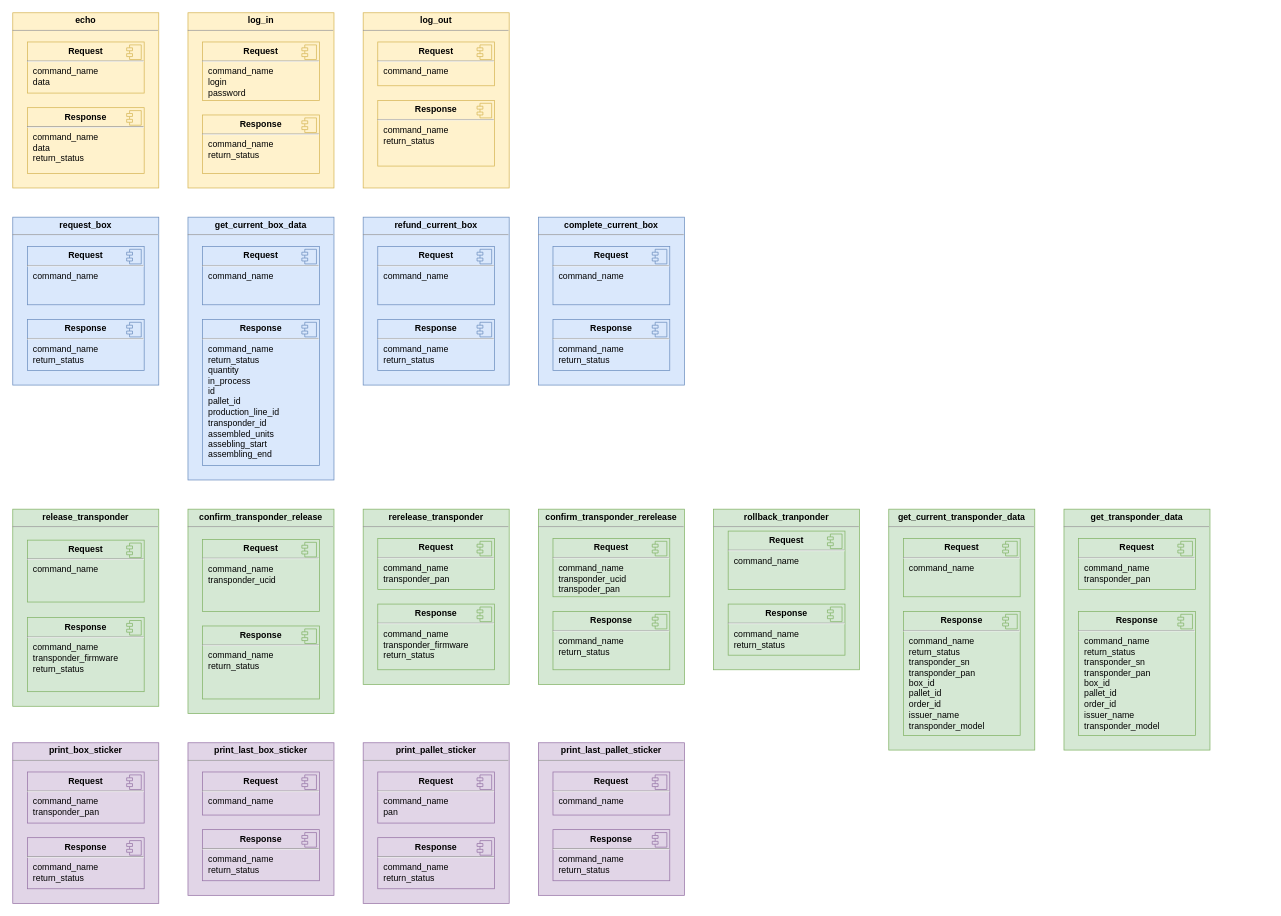
Earlier version of the draw.io diagram Doc/Protocol.drawio (SultanLenvu/PersoServer). Source tidied: cells renumbered, new cells numbered last; positions are measured from the earlier drawing's top-left corner, leaving out a move shared by most shapes. Both pictures are drawn from the tidied source at 73%, with x=0, y=0 at pixel (12, 12).
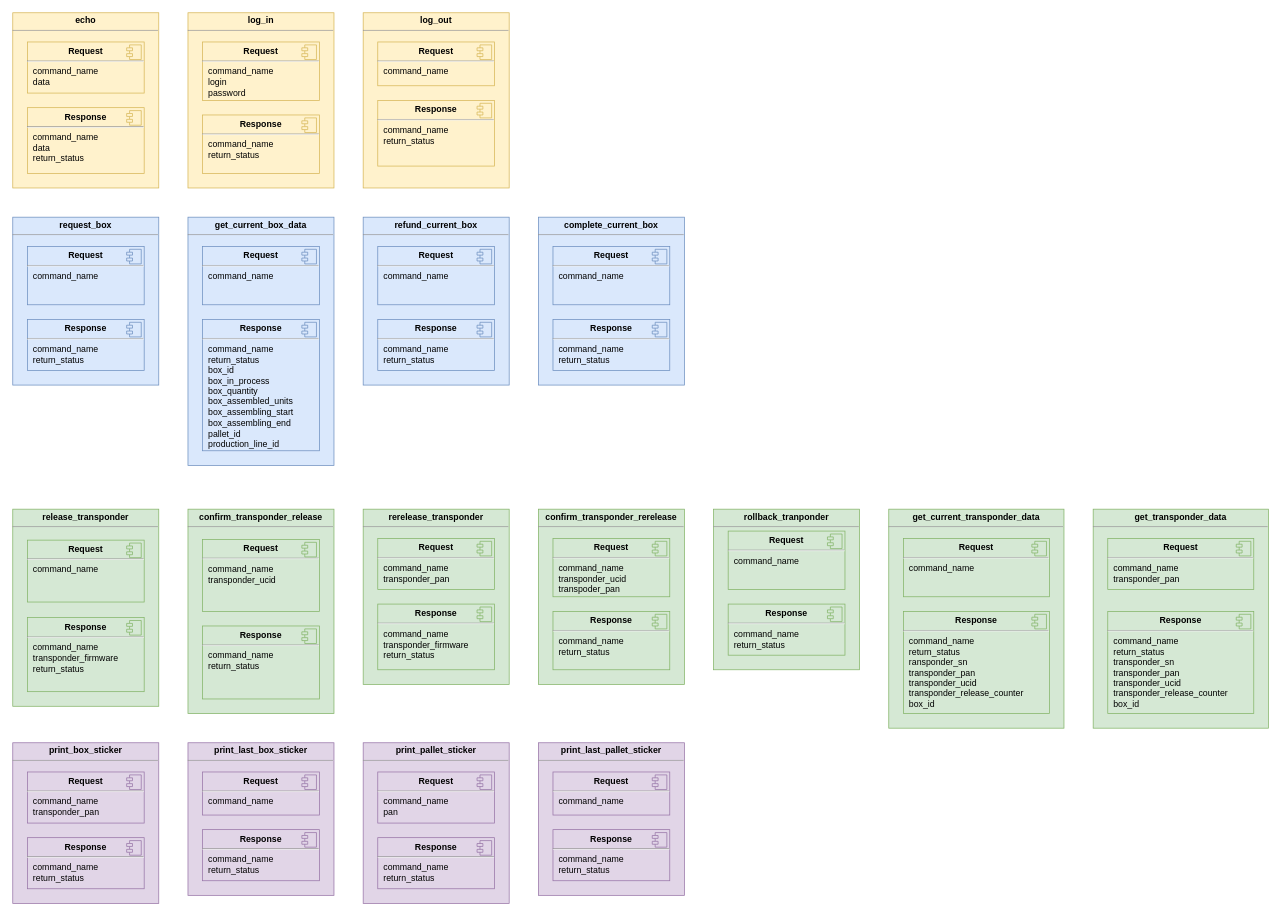
The same diagram, later.

The edit, as a diff of the source:
```diff
@@
     <mxCell id="52" value="&lt;p style=&quot;text-align: center ; margin: 4px 0px 0px&quot;&gt;&lt;b&gt;get_current_box_data&lt;/b&gt;&lt;/p&gt;&lt;hr size=&quot;1&quot;&gt;&lt;div style=&quot;height: 2px&quot;&gt;&lt;/div&gt;" style="verticalAlign=top;align=left;overflow=fill;fontSize=12;fontFamily=Helvetica;html=1;strokeColor=#6c8ebf;fillColor=#dae8fc;" parent="1" vertex="1">
-      <mxGeometry x="240" y="280" width="200" height="360" as="geometry" />
+      <mxGeometry x="240" y="280" width="200" height="340" as="geometry" />
     </mxCell>
@@
-    <mxCell id="55" value="&lt;p style=&quot;margin: 0px ; margin-top: 6px ; text-align: center&quot;&gt;&lt;span style=&quot;text-align: left&quot;&gt;&lt;b&gt;Response&lt;/b&gt;&lt;/span&gt;&lt;br&gt;&lt;/p&gt;&lt;hr&gt;&lt;p style=&quot;margin: 0px 0px 0px 8px&quot;&gt;command_name&lt;br&gt;&lt;/p&gt;&lt;p style=&quot;margin: 0px ; margin-left: 8px&quot;&gt;&lt;span&gt;return_status&lt;/span&gt;&lt;br&gt;&lt;/p&gt;&lt;p style=&quot;margin: 0px 0px 0px 8px&quot;&gt;quantity&lt;/p&gt;&lt;p style=&quot;margin: 0px 0px 0px 8px&quot;&gt;in_process&lt;/p&gt;&lt;p style=&quot;margin: 0px 0px 0px 8px&quot;&gt;id&lt;/p&gt;&lt;p style=&quot;margin: 0px 0px 0px 8px&quot;&gt;pallet_id&lt;/p&gt;&lt;p style=&quot;margin: 0px 0px 0px 8px&quot;&gt;&lt;span&gt;production_line_id&lt;/span&gt;&lt;br&gt;&lt;/p&gt;&lt;p style=&quot;margin: 0px 0px 0px 8px&quot;&gt;&lt;span&gt;transponder_id&lt;/span&gt;&lt;/p&gt;&lt;p style=&quot;margin: 0px 0px 0px 8px&quot;&gt;assembled_units&lt;/p&gt;&lt;p style=&quot;margin: 0px 0px 0px 8px&quot;&gt;assebling_start&lt;/p&gt;&lt;p style=&quot;margin: 0px 0px 0px 8px&quot;&gt;assembling_end&lt;/p&gt;&lt;p style=&quot;margin: 0px ; margin-left: 8px&quot;&gt;&lt;br&gt;&lt;/p&gt;&lt;p style=&quot;margin: 0px ; margin-left: 8px&quot;&gt;&lt;br&gt;&lt;/p&gt;&lt;p style=&quot;margin: 0px ; margin-left: 8px&quot;&gt;&lt;br&gt;&lt;/p&gt;" style="align=left;overflow=fill;html=1;fillColor=#dae8fc;strokeColor=#6c8ebf;" parent="1" vertex="1">
-      <mxGeometry x="260" y="420" width="160" height="200" as="geometry" />
+    <mxCell id="55" value="&lt;p style=&quot;margin: 0px ; margin-top: 6px ; text-align: center&quot;&gt;&lt;span style=&quot;text-align: left&quot;&gt;&lt;b&gt;Response&lt;/b&gt;&lt;/span&gt;&lt;br&gt;&lt;/p&gt;&lt;hr&gt;&lt;p style=&quot;margin: 0px 0px 0px 8px&quot;&gt;command_name&lt;br&gt;&lt;/p&gt;&lt;p style=&quot;margin: 0px ; margin-left: 8px&quot;&gt;&lt;span&gt;return_status&lt;/span&gt;&lt;br&gt;&lt;/p&gt;&lt;p style=&quot;margin: 0px 0px 0px 8px&quot;&gt;box_id&lt;br&gt;&lt;/p&gt;&lt;p style=&quot;margin: 0px ; margin-left: 8px&quot;&gt;box_in_process&lt;br&gt;&lt;/p&gt;&lt;p style=&quot;margin: 0px ; margin-left: 8px&quot;&gt;box_quantity&lt;br&gt;&lt;/p&gt;&lt;p style=&quot;margin: 0px ; margin-left: 8px&quot;&gt;box_assembled_units&lt;br&gt;&lt;/p&gt;&lt;p style=&quot;margin: 0px ; margin-left: 8px&quot;&gt;box_assembling_start&lt;br&gt;&lt;/p&gt;&lt;p style=&quot;margin: 0px ; margin-left: 8px&quot;&gt;box_assembling_end&lt;br&gt;&lt;/p&gt;&lt;p style=&quot;margin: 0px ; margin-left: 8px&quot;&gt;pallet_id&lt;br&gt;&lt;/p&gt;&lt;p style=&quot;margin: 0px ; margin-left: 8px&quot;&gt;production_line_id&lt;br&gt;&lt;/p&gt;" style="align=left;overflow=fill;html=1;fillColor=#dae8fc;strokeColor=#6c8ebf;" parent="1" vertex="1">
+      <mxGeometry x="260" y="420" width="160" height="180" as="geometry" />
     </mxCell>
@@
     <mxCell id="72" value="&lt;p style=&quot;text-align: center ; margin: 4px 0px 0px&quot;&gt;&lt;b&gt;get_current_transponder_data&lt;/b&gt;&lt;/p&gt;&lt;hr size=&quot;1&quot;&gt;&lt;div style=&quot;height: 2px&quot;&gt;&lt;/div&gt;" style="verticalAlign=top;align=left;overflow=fill;fontSize=12;fontFamily=Helvetica;html=1;strokeColor=#82b366;fillColor=#d5e8d4;" parent="1" vertex="1">
-      <mxGeometry x="1200" y="680" width="200" height="330" as="geometry" />
+      <mxGeometry x="1200" y="680" width="240" height="300" as="geometry" />
     </mxCell>
     <mxCell id="73" value="&lt;p style=&quot;margin: 0px ; margin-top: 6px ; text-align: center&quot;&gt;&lt;span style=&quot;text-align: left&quot;&gt;&lt;b&gt;Request&lt;/b&gt;&lt;/span&gt;&lt;br&gt;&lt;/p&gt;&lt;hr&gt;&lt;p style=&quot;margin: 0px ; margin-left: 8px&quot;&gt;command_name&lt;/p&gt;&lt;p style=&quot;margin: 0px ; margin-left: 8px&quot;&gt;&lt;br&gt;&lt;/p&gt;" style="align=left;overflow=fill;html=1;fillColor=#d5e8d4;strokeColor=#82b366;" parent="1" vertex="1">
-      <mxGeometry x="1220" y="720" width="160" height="80" as="geometry" />
+      <mxGeometry x="1220" y="720" width="200" height="80" as="geometry" />
     </mxCell>
@@
-    <mxCell id="75" value="&lt;p style=&quot;margin: 0px ; margin-top: 6px ; text-align: center&quot;&gt;&lt;span style=&quot;text-align: left&quot;&gt;&lt;b&gt;Response&lt;/b&gt;&lt;/span&gt;&lt;br&gt;&lt;/p&gt;&lt;hr&gt;&lt;p style=&quot;margin: 0px 0px 0px 8px&quot;&gt;command_name&lt;br&gt;&lt;/p&gt;&lt;p style=&quot;margin: 0px 0px 0px 8px&quot;&gt;&lt;span&gt;return_status&lt;/span&gt;&lt;br&gt;&lt;/p&gt;&lt;p style=&quot;margin: 0px 0px 0px 8px&quot;&gt;transponder_sn&lt;/p&gt;&lt;p style=&quot;margin: 0px 0px 0px 8px&quot;&gt;transponder_pan&lt;/p&gt;&lt;p style=&quot;margin: 0px 0px 0px 8px&quot;&gt;box_id&lt;/p&gt;&lt;p style=&quot;margin: 0px 0px 0px 8px&quot;&gt;pallet_id&lt;/p&gt;&lt;p style=&quot;margin: 0px 0px 0px 8px&quot;&gt;order_id&lt;/p&gt;&lt;p style=&quot;margin: 0px 0px 0px 8px&quot;&gt;issuer_name&lt;/p&gt;&lt;p style=&quot;margin: 0px 0px 0px 8px&quot;&gt;transponder_model&lt;/p&gt;&lt;p style=&quot;margin: 0px ; margin-left: 8px&quot;&gt;&lt;br&gt;&lt;/p&gt;&lt;p style=&quot;margin: 0px ; margin-left: 8px&quot;&gt;&lt;br&gt;&lt;/p&gt;&lt;p style=&quot;margin: 0px ; margin-left: 8px&quot;&gt;&lt;br&gt;&lt;/p&gt;" style="align=left;overflow=fill;html=1;fillColor=#d5e8d4;strokeColor=#82b366;" parent="1" vertex="1">
-      <mxGeometry x="1220" y="820" width="160" height="170" as="geometry" />
+    <mxCell id="75" value="&lt;p style=&quot;margin: 0px ; margin-top: 6px ; text-align: center&quot;&gt;&lt;span style=&quot;text-align: left&quot;&gt;&lt;b&gt;Response&lt;/b&gt;&lt;/span&gt;&lt;br&gt;&lt;/p&gt;&lt;hr&gt;&lt;p style=&quot;margin: 0px 0px 0px 8px&quot;&gt;command_name&lt;br&gt;&lt;/p&gt;&lt;p style=&quot;margin: 0px 0px 0px 8px&quot;&gt;&lt;span&gt;return_status&lt;/span&gt;&lt;br&gt;&lt;/p&gt;&lt;p style=&quot;margin: 0px 0px 0px 8px&quot;&gt;ransponder_sn&lt;/p&gt;&lt;p style=&quot;margin: 0px 0px 0px 8px&quot;&gt;transponder_pan&lt;/p&gt;&lt;p style=&quot;margin: 0px 0px 0px 8px&quot;&gt;transponder_ucid&lt;br&gt;&lt;/p&gt;&lt;p style=&quot;margin: 0px 0px 0px 8px&quot;&gt;transponder_release_counter&lt;/p&gt;&lt;p style=&quot;margin: 0px 0px 0px 8px&quot;&gt;box_id&lt;/p&gt;&lt;p style=&quot;margin: 0px ; margin-left: 8px&quot;&gt;&lt;br&gt;&lt;/p&gt;&lt;p style=&quot;margin: 0px ; margin-left: 8px&quot;&gt;&lt;br&gt;&lt;/p&gt;&lt;p style=&quot;margin: 0px ; margin-left: 8px&quot;&gt;&lt;br&gt;&lt;/p&gt;" style="align=left;overflow=fill;html=1;fillColor=#d5e8d4;strokeColor=#82b366;" parent="1" vertex="1">
+      <mxGeometry x="1220" y="820" width="200" height="140" as="geometry" />
     </mxCell>
@@
     <mxCell id="77" value="&lt;p style=&quot;text-align: center ; margin: 4px 0px 0px&quot;&gt;&lt;b&gt;get_transponder_data&lt;/b&gt;&lt;/p&gt;&lt;hr size=&quot;1&quot;&gt;&lt;div style=&quot;height: 2px&quot;&gt;&lt;/div&gt;" style="verticalAlign=top;align=left;overflow=fill;fontSize=12;fontFamily=Helvetica;html=1;strokeColor=#82b366;fillColor=#d5e8d4;" parent="1" vertex="1">
-      <mxGeometry x="1440" y="680" width="200" height="330" as="geometry" />
+      <mxGeometry x="1480" y="680" width="240" height="300" as="geometry" />
     </mxCell>
     <mxCell id="78" value="&lt;p style=&quot;margin: 0px ; margin-top: 6px ; text-align: center&quot;&gt;&lt;span style=&quot;text-align: left&quot;&gt;&lt;b&gt;Request&lt;/b&gt;&lt;/span&gt;&lt;br&gt;&lt;/p&gt;&lt;hr&gt;&lt;p style=&quot;margin: 0px ; margin-left: 8px&quot;&gt;command_name&lt;/p&gt;&lt;p style=&quot;margin: 0px ; margin-left: 8px&quot;&gt;transponder_pan&lt;/p&gt;&lt;p style=&quot;margin: 0px ; margin-left: 8px&quot;&gt;&lt;br&gt;&lt;/p&gt;" style="align=left;overflow=fill;html=1;fillColor=#d5e8d4;strokeColor=#82b366;" parent="1" vertex="1">
-      <mxGeometry x="1460" y="720" width="160" height="70" as="geometry" />
+      <mxGeometry x="1500" y="720" width="200" height="70" as="geometry" />
     </mxCell>
@@
-    <mxCell id="80" value="&lt;p style=&quot;margin: 0px ; margin-top: 6px ; text-align: center&quot;&gt;&lt;span style=&quot;text-align: left&quot;&gt;&lt;b&gt;Response&lt;/b&gt;&lt;/span&gt;&lt;br&gt;&lt;/p&gt;&lt;hr&gt;&lt;p style=&quot;margin: 0px 0px 0px 8px&quot;&gt;command_name&lt;br&gt;&lt;/p&gt;&lt;p style=&quot;margin: 0px 0px 0px 8px&quot;&gt;&lt;span&gt;return_status&lt;/span&gt;&lt;br&gt;&lt;/p&gt;&lt;p style=&quot;margin: 0px 0px 0px 8px&quot;&gt;transponder_sn&lt;/p&gt;&lt;p style=&quot;margin: 0px 0px 0px 8px&quot;&gt;transponder_pan&lt;/p&gt;&lt;p style=&quot;margin: 0px 0px 0px 8px&quot;&gt;box_id&lt;/p&gt;&lt;p style=&quot;margin: 0px 0px 0px 8px&quot;&gt;pallet_id&lt;/p&gt;&lt;p style=&quot;margin: 0px 0px 0px 8px&quot;&gt;order_id&lt;/p&gt;&lt;p style=&quot;margin: 0px 0px 0px 8px&quot;&gt;issuer_name&lt;/p&gt;&lt;p style=&quot;margin: 0px 0px 0px 8px&quot;&gt;transponder_model&lt;/p&gt;&lt;p style=&quot;margin: 0px ; margin-left: 8px&quot;&gt;&lt;br&gt;&lt;/p&gt;&lt;p style=&quot;margin: 0px ; margin-left: 8px&quot;&gt;&lt;br&gt;&lt;/p&gt;&lt;p style=&quot;margin: 0px ; margin-left: 8px&quot;&gt;&lt;br&gt;&lt;/p&gt;" style="align=left;overflow=fill;html=1;fillColor=#d5e8d4;strokeColor=#82b366;" parent="1" vertex="1">
-      <mxGeometry x="1460" y="820" width="160" height="170" as="geometry" />
+    <mxCell id="80" value="&lt;p style=&quot;margin: 0px ; margin-top: 6px ; text-align: center&quot;&gt;&lt;span style=&quot;text-align: left&quot;&gt;&lt;b&gt;Response&lt;/b&gt;&lt;/span&gt;&lt;br&gt;&lt;/p&gt;&lt;hr&gt;&lt;p style=&quot;margin: 0px 0px 0px 8px&quot;&gt;command_name&lt;br&gt;&lt;/p&gt;&lt;p style=&quot;margin: 0px 0px 0px 8px&quot;&gt;&lt;span&gt;return_status&lt;/span&gt;&lt;br&gt;&lt;/p&gt;&lt;p style=&quot;margin: 0px 0px 0px 8px&quot;&gt;transponder_sn&lt;/p&gt;&lt;p style=&quot;margin: 0px 0px 0px 8px&quot;&gt;transponder_pan&lt;/p&gt;&lt;p style=&quot;margin: 0px 0px 0px 8px&quot;&gt;transponder_ucid&lt;br&gt;&lt;/p&gt;&lt;p style=&quot;margin: 0px 0px 0px 8px&quot;&gt;transponder_release_counter&lt;/p&gt;&lt;p style=&quot;margin: 0px 0px 0px 8px&quot;&gt;box_id&lt;/p&gt;&lt;p style=&quot;margin: 0px 0px 0px 8px&quot;&gt;&lt;br&gt;&lt;/p&gt;&lt;p style=&quot;margin: 0px ; margin-left: 8px&quot;&gt;&lt;br&gt;&lt;/p&gt;&lt;p style=&quot;margin: 0px ; margin-left: 8px&quot;&gt;&lt;br&gt;&lt;/p&gt;&lt;p style=&quot;margin: 0px ; margin-left: 8px&quot;&gt;&lt;br&gt;&lt;/p&gt;" style="align=left;overflow=fill;html=1;fillColor=#d5e8d4;strokeColor=#82b366;" parent="1" vertex="1">
+      <mxGeometry x="1500" y="820" width="200" height="140" as="geometry" />
     </mxCell>
```
